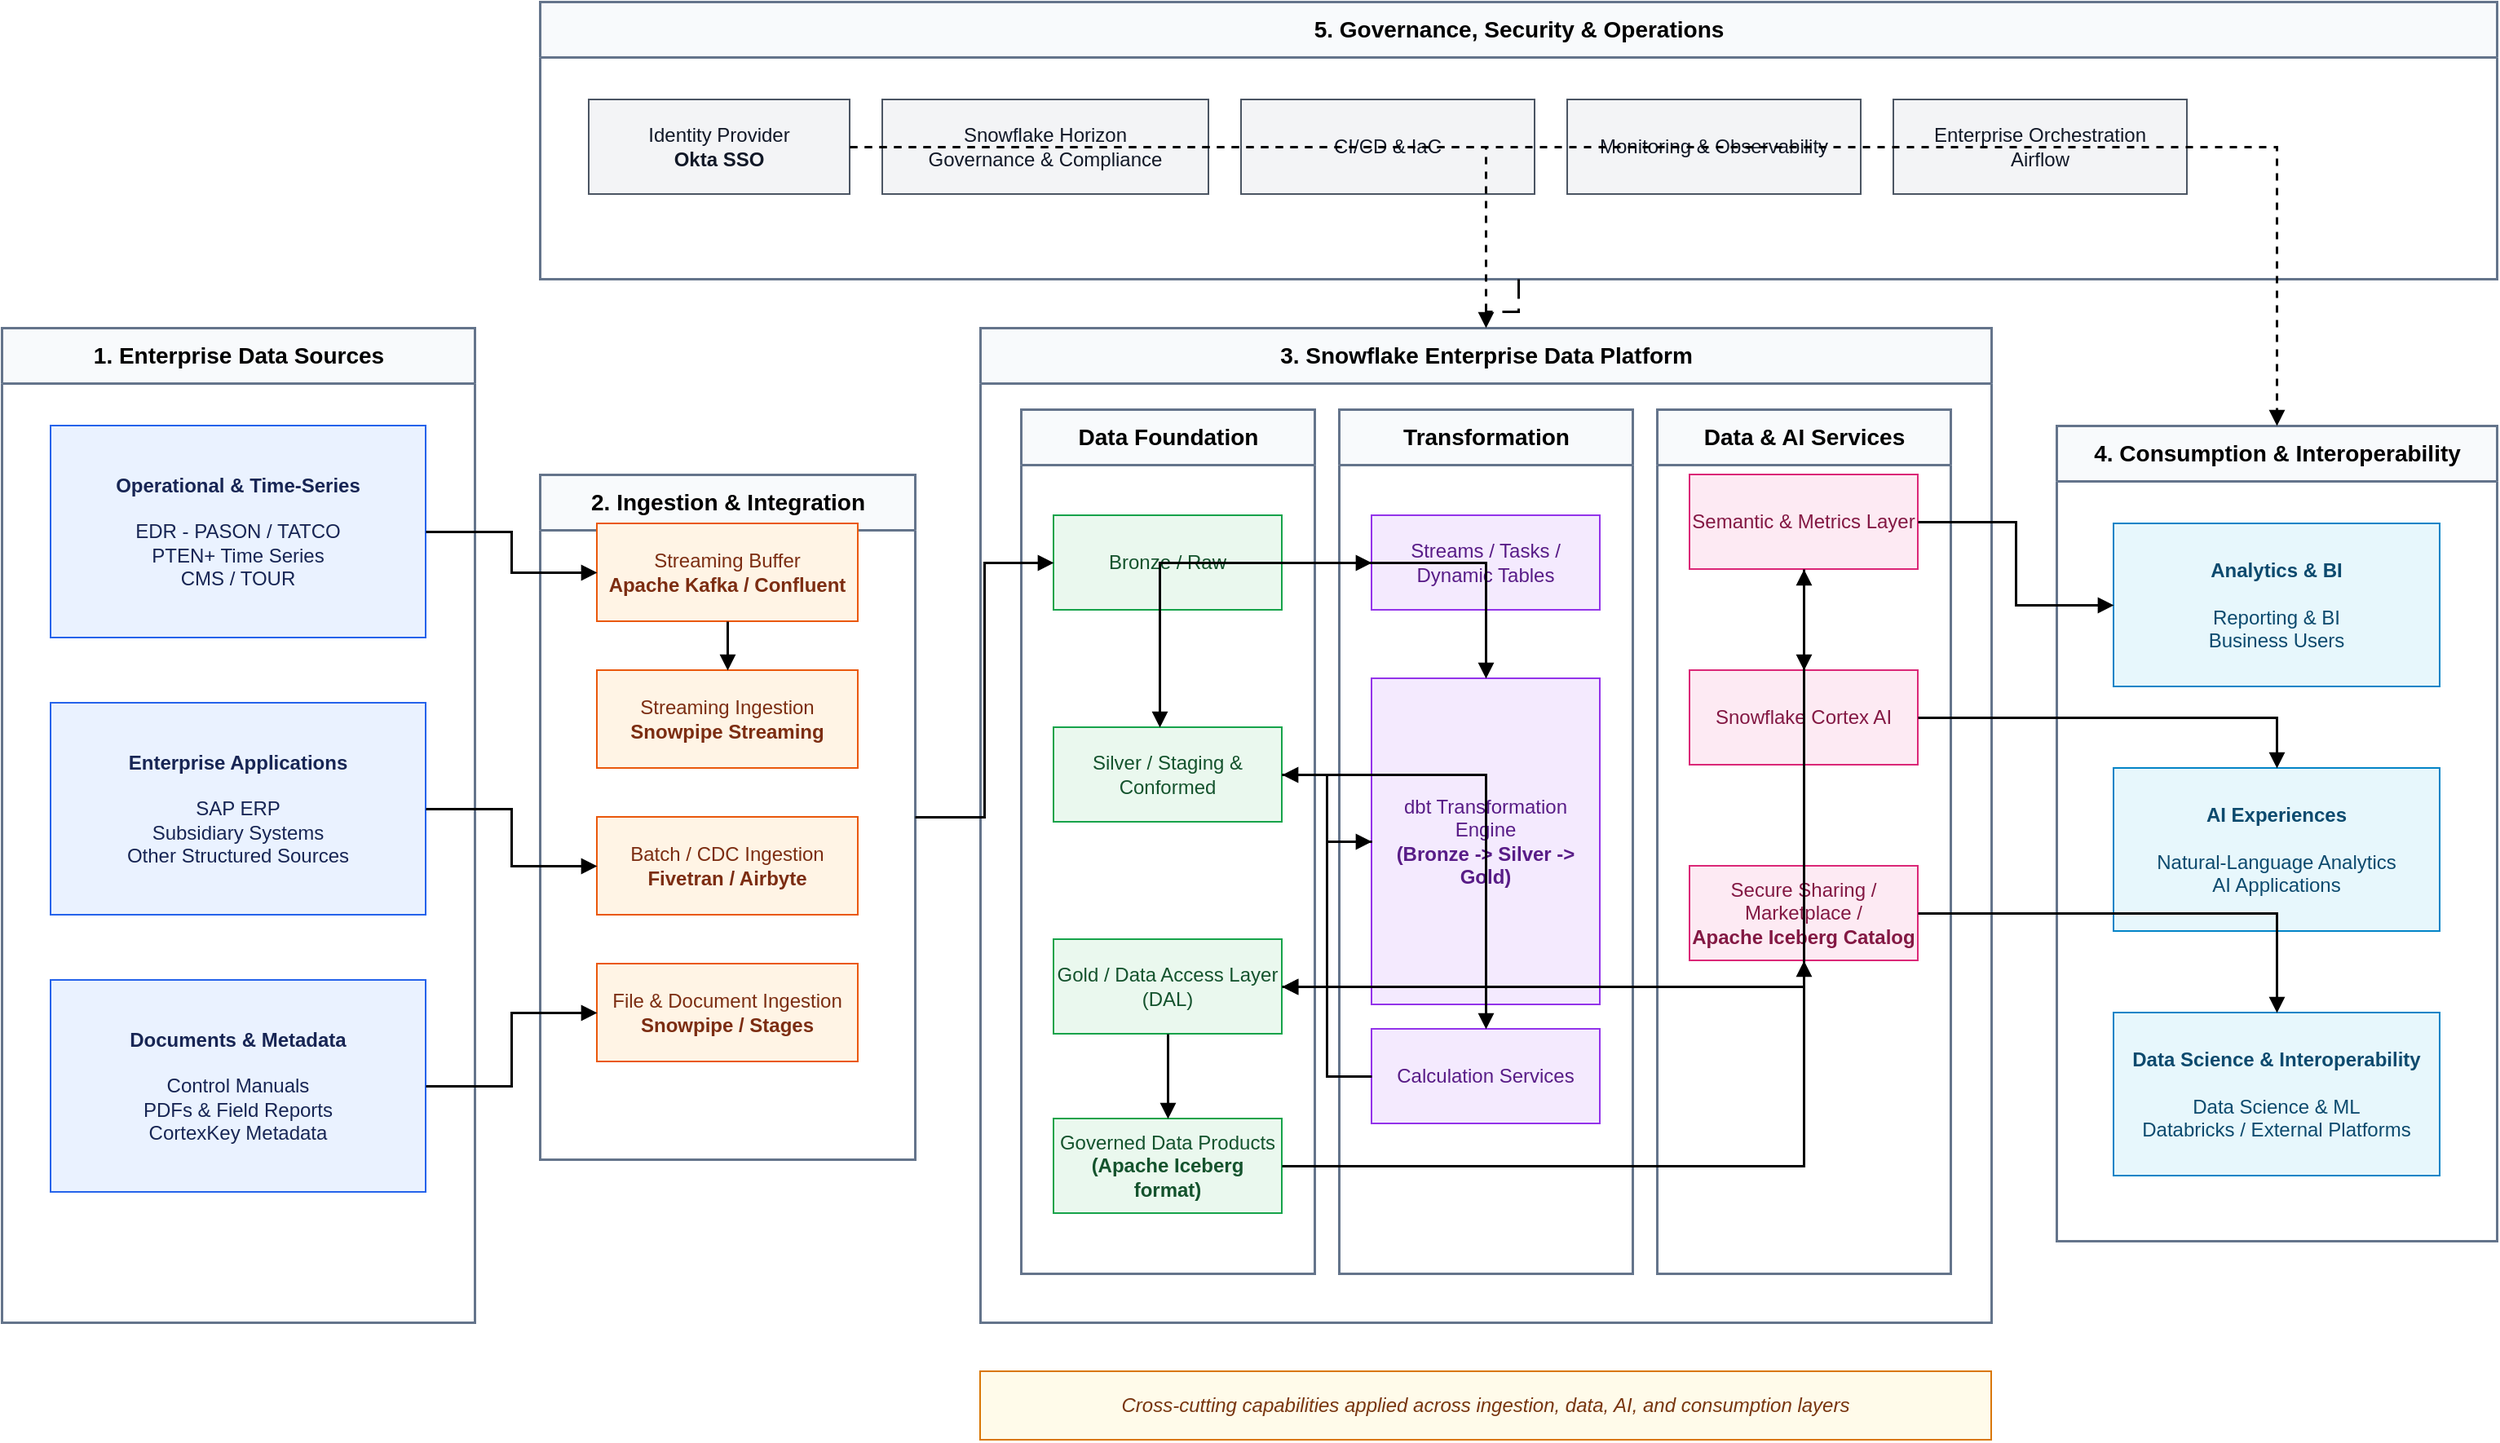
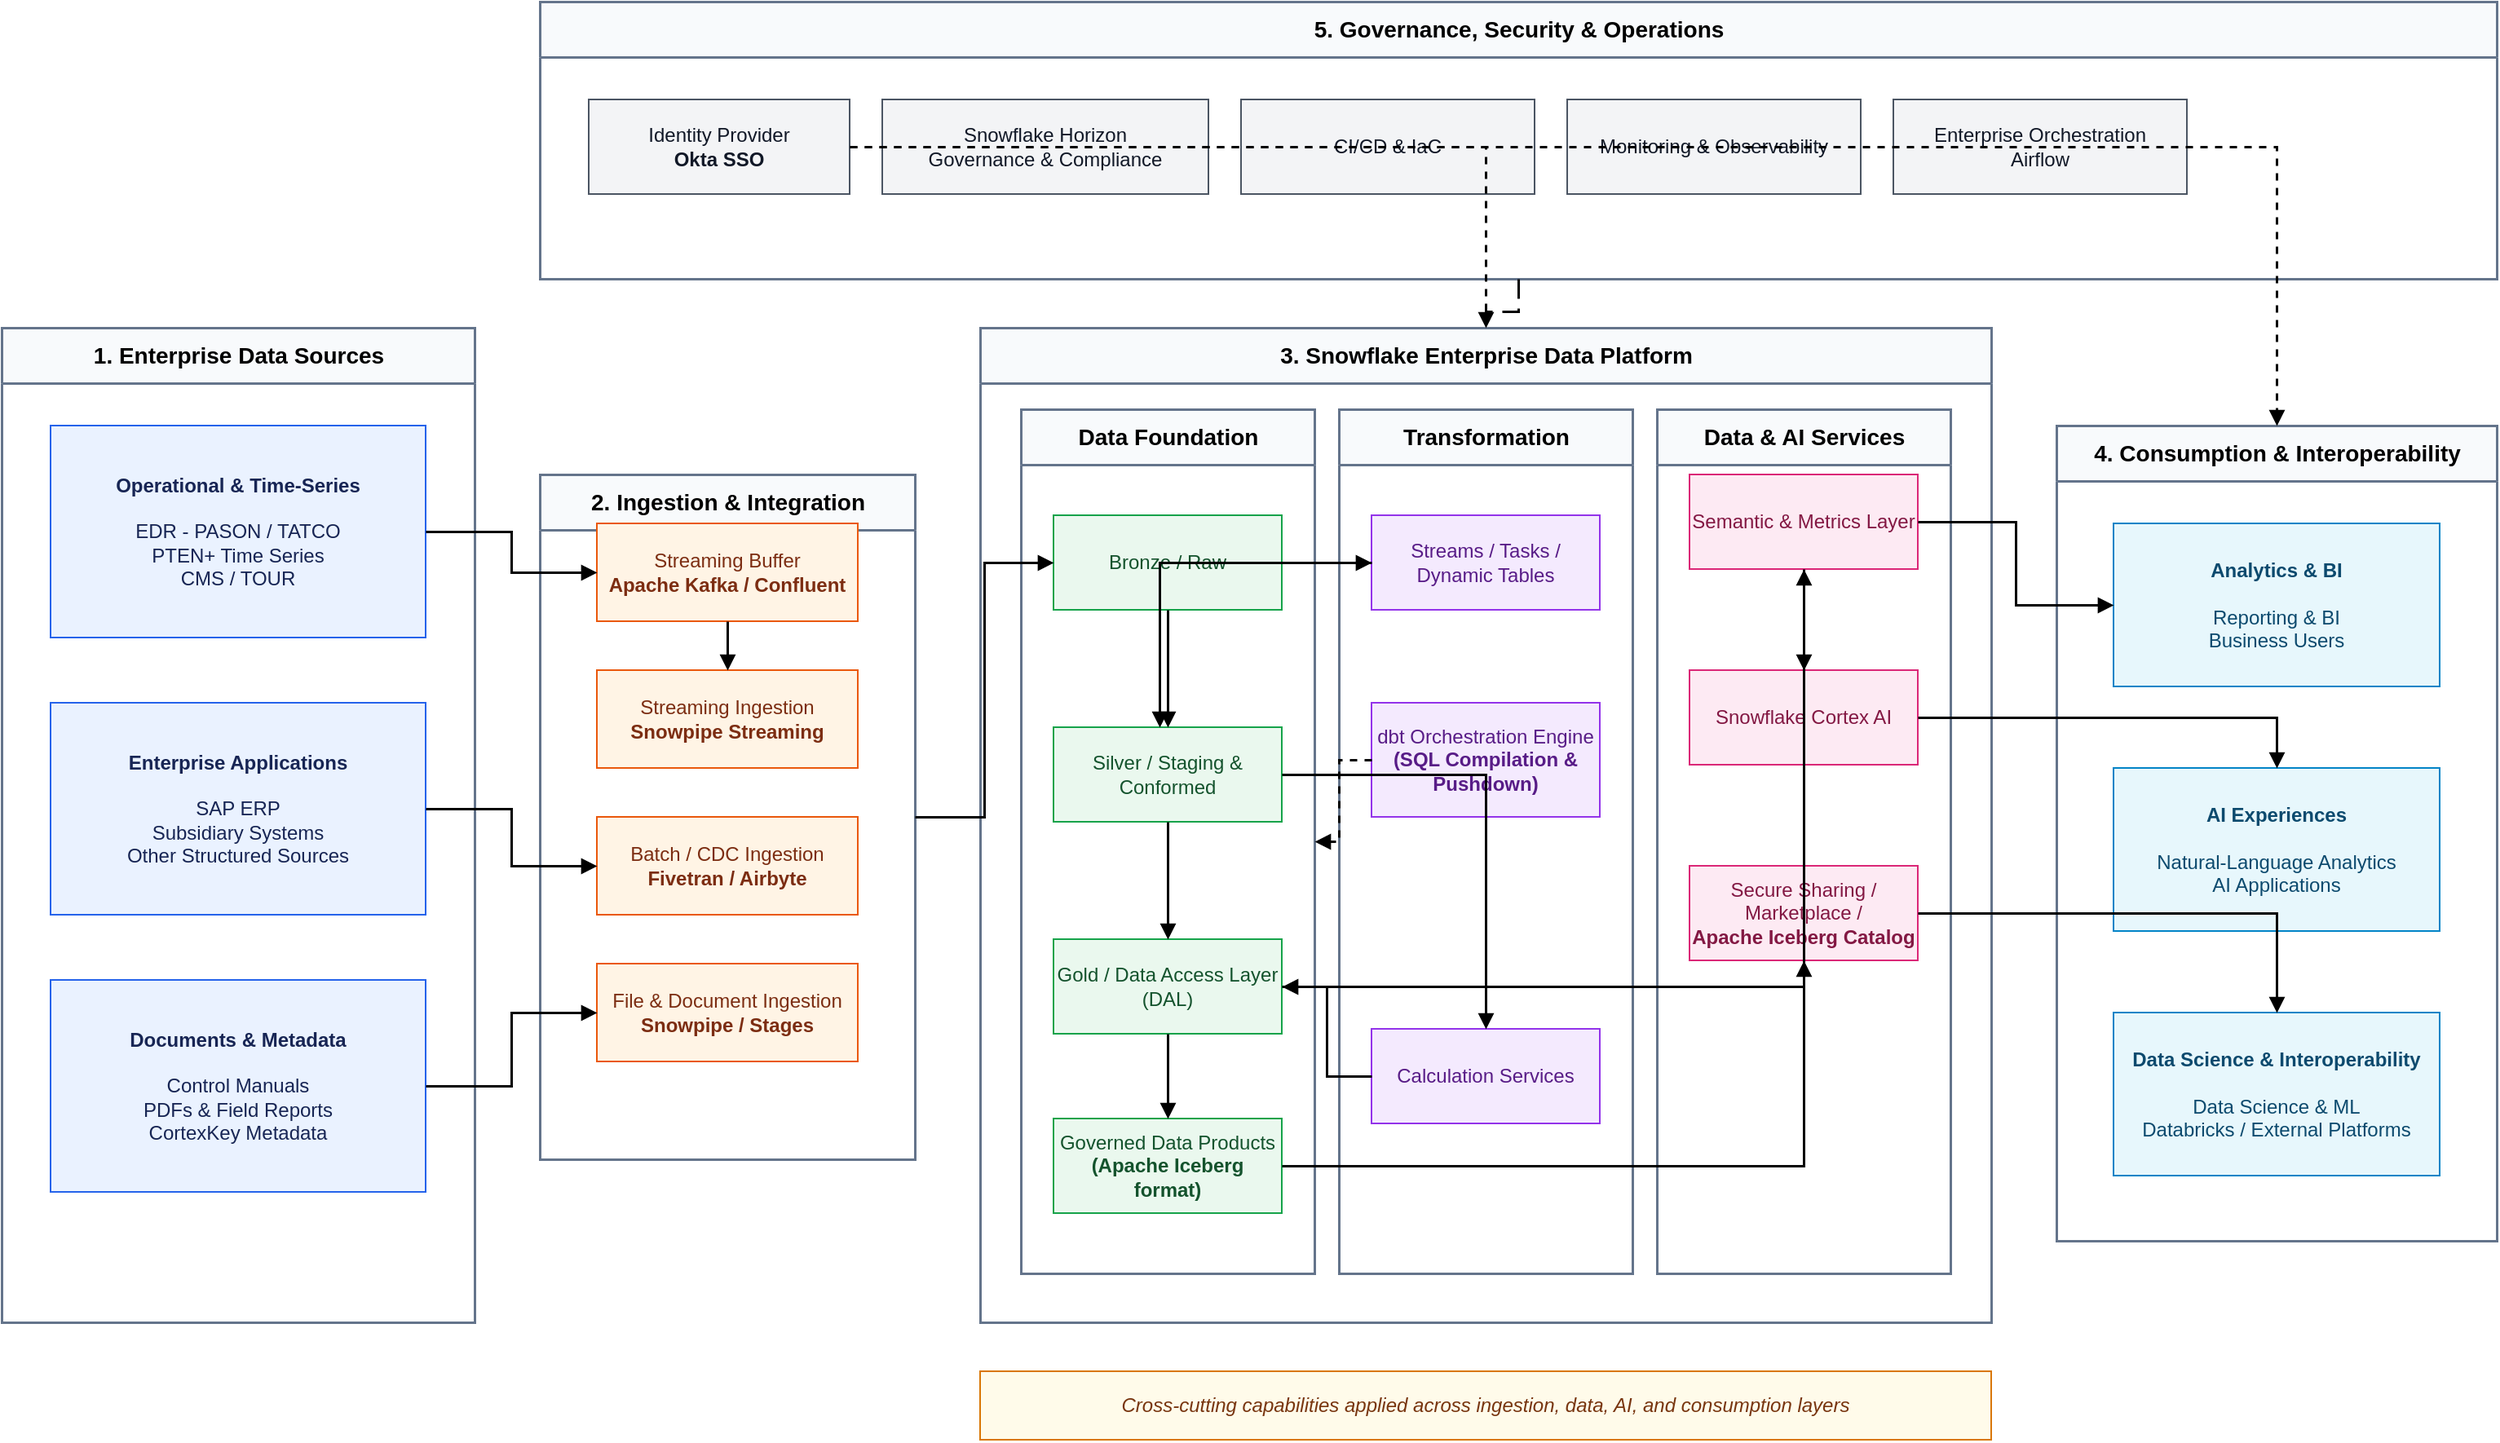
<mxfile host="app.diagrams.net" agent="ChatGPT">
  <diagram id="snowflake-clean" name="Snowflake Enterprise Architecture - Clean">
    <mxGraphModel dx="1555" dy="1516" grid="1" gridSize="10" guides="1" tooltips="1" connect="1" arrows="1" fold="1" page="1" pageScale="1" pageWidth="1800" pageHeight="1000" math="0" shadow="0">
      <root>
        <mxCell id="0" />
        <mxCell id="1" parent="0" />
        <mxCell id="sources" parent="1" style="swimlane;html=1;rounded=0;startSize=34;horizontal=1;fontStyle=1;fontSize=14;strokeWidth=1.5;fillColor=#F8FAFC;strokeColor=#64748B;collapsible=0;" value="1. Enterprise Data Sources" vertex="1">
          <mxGeometry height="610" width="290" x="20" y="260" as="geometry" />
        </mxCell>
        <mxCell id="ingestion" parent="1" style="swimlane;html=1;rounded=0;startSize=34;horizontal=1;fontStyle=1;fontSize=14;strokeWidth=1.5;fillColor=#F8FAFC;strokeColor=#64748B;collapsible=0;" value="2. Ingestion &amp; Integration" vertex="1">
          <mxGeometry height="420" width="230" x="350" y="350" as="geometry" />
        </mxCell>
        <mxCell id="platform" parent="1" style="swimlane;html=1;rounded=0;startSize=34;horizontal=1;fontStyle=1;fontSize=14;strokeWidth=1.5;fillColor=#F8FAFC;strokeColor=#64748B;collapsible=0;" value="3. Snowflake Enterprise Data Platform" vertex="1">
          <mxGeometry height="610" width="620" x="620" y="260" as="geometry" />
        </mxCell>
        <mxCell id="consumption" parent="1" style="swimlane;html=1;rounded=0;startSize=34;horizontal=1;fontStyle=1;fontSize=14;strokeWidth=1.5;fillColor=#F8FAFC;strokeColor=#64748B;collapsible=0;" value="4. Consumption &amp; Interoperability" vertex="1">
          <mxGeometry height="500" width="270" x="1280" y="320" as="geometry" />
        </mxCell>
        <mxCell id="control" parent="1" style="swimlane;html=1;rounded=0;startSize=34;horizontal=1;fontStyle=1;fontSize=14;strokeWidth=1.5;fillColor=#F8FAFC;strokeColor=#64748B;collapsible=0;" value="5. Governance, Security &amp; Operations" vertex="1">
          <mxGeometry height="170" width="1200" x="350" y="60" as="geometry" />
        </mxCell>
        <mxCell id="op_src" parent="1" style="rounded=0;whiteSpace=wrap;html=1;fillColor=#EAF2FF;strokeColor=#2563EB;fontColor=#172554;" value="&lt;b&gt;Operational &amp; Time-Series&lt;/b&gt;&lt;br&gt;&lt;br&gt;EDR - PASON / TATCO&lt;br&gt;PTEN+ Time Series&lt;br&gt;CMS / TOUR" vertex="1">
          <mxGeometry height="130" width="230" x="50" y="320" as="geometry" />
        </mxCell>
        <mxCell id="ent_src" parent="1" style="rounded=0;whiteSpace=wrap;html=1;fillColor=#EAF2FF;strokeColor=#2563EB;fontColor=#172554;" value="&lt;b&gt;Enterprise Applications&lt;/b&gt;&lt;br&gt;&lt;br&gt;SAP ERP&lt;br&gt;Subsidiary Systems&lt;br&gt;Other Structured Sources" vertex="1">
          <mxGeometry height="130" width="230" x="50" y="490" as="geometry" />
        </mxCell>
        <mxCell id="doc_src" parent="1" style="rounded=0;whiteSpace=wrap;html=1;fillColor=#EAF2FF;strokeColor=#2563EB;fontColor=#172554;" value="&lt;b&gt;Documents &amp; Metadata&lt;/b&gt;&lt;br&gt;&lt;br&gt;Control Manuals&lt;br&gt;PDFs &amp; Field Reports&lt;br&gt;CortexKey Metadata" vertex="1">
          <mxGeometry height="130" width="230" x="50" y="660" as="geometry" />
        </mxCell>
        <mxCell id="kafka" parent="1" style="rounded=0;whiteSpace=wrap;html=1;fillColor=#FFF4E5;strokeColor=#EA580C;fontColor=#7C2D12;" value="Streaming Buffer&lt;br&gt;&lt;b&gt;Apache Kafka / Confluent&lt;/b&gt;" vertex="1">
          <mxGeometry height="60" width="160" x="385" y="380" as="geometry" />
        </mxCell>
        <mxCell id="stream" parent="1" style="rounded=0;whiteSpace=wrap;html=1;fillColor=#FFF4E5;strokeColor=#EA580C;fontColor=#7C2D12;" value="Streaming Ingestion&lt;br&gt;&lt;b&gt;Snowpipe Streaming&lt;/b&gt;" vertex="1">
          <mxGeometry height="60" width="160" x="385" y="470" as="geometry" />
        </mxCell>
        <mxCell id="batch" parent="1" style="rounded=0;whiteSpace=wrap;html=1;fillColor=#FFF4E5;strokeColor=#EA580C;fontColor=#7C2D12;" value="Batch / CDC Ingestion&lt;br&gt;&lt;b&gt;Fivetran / Airbyte&lt;/b&gt;" vertex="1">
          <mxGeometry height="60" width="160" x="385" y="560" as="geometry" />
        </mxCell>
        <mxCell id="files" parent="1" style="rounded=0;whiteSpace=wrap;html=1;fillColor=#FFF4E5;strokeColor=#EA580C;fontColor=#7C2D12;" value="File &amp; Document Ingestion&lt;br&gt;&lt;b&gt;Snowpipe / Stages&lt;/b&gt;" vertex="1">
          <mxGeometry height="60" width="160" x="385" y="650" as="geometry" />
        </mxCell>
        <mxCell id="foundation" parent="1" style="swimlane;html=1;rounded=0;startSize=34;horizontal=1;fontStyle=1;fontSize=14;strokeWidth=1.5;fillColor=#F8FAFC;strokeColor=#64748B;collapsible=0;" value="Data Foundation" vertex="1">
          <mxGeometry height="530" width="180" x="645" y="310" as="geometry" />
        </mxCell>
        <mxCell id="transform" parent="1" style="swimlane;html=1;rounded=0;startSize=34;horizontal=1;fontStyle=1;fontSize=14;strokeWidth=1.5;fillColor=#F8FAFC;strokeColor=#64748B;collapsible=0;" value="Transformation" vertex="1">
          <mxGeometry height="530" width="180" x="840" y="310" as="geometry" />
        </mxCell>
        <mxCell id="serve" parent="1" style="swimlane;html=1;rounded=0;startSize=34;horizontal=1;fontStyle=1;fontSize=14;strokeWidth=1.5;fillColor=#F8FAFC;strokeColor=#64748B;collapsible=0;" value="Data &amp; AI Services" vertex="1">
          <mxGeometry height="530" width="180" x="1035" y="310" as="geometry" />
        </mxCell>
        <mxCell id="raw" parent="1" style="rounded=0;whiteSpace=wrap;html=1;fillColor=#EAF8EE;strokeColor=#16A34A;fontColor=#14532D;" value="Bronze / Raw" vertex="1">
          <mxGeometry height="58" width="140" x="665" y="375" as="geometry" />
        </mxCell>
        <mxCell id="standard" parent="1" style="rounded=0;whiteSpace=wrap;html=1;fillColor=#EAF8EE;strokeColor=#16A34A;fontColor=#14532D;" value="Silver / Staging &amp; Conformed" vertex="1">
          <mxGeometry height="58" width="140" x="665" y="505" as="geometry" />
        </mxCell>
        <mxCell id="curated" parent="1" style="rounded=0;whiteSpace=wrap;html=1;fillColor=#EAF8EE;strokeColor=#16A34A;fontColor=#14532D;" value="Gold / Data Access Layer (DAL)" vertex="1">
          <mxGeometry height="58" width="140" x="665" y="635" as="geometry" />
        </mxCell>
        <mxCell id="products" parent="1" style="rounded=0;whiteSpace=wrap;html=1;fillColor=#EAF8EE;strokeColor=#16A34A;fontColor=#14532D;" value="Governed Data Products&lt;br&gt;&lt;b&gt;(Apache Iceberg format)&lt;/b&gt;" vertex="1">
          <mxGeometry height="58" width="140" x="665" y="745" as="geometry" />
        </mxCell>
        <mxCell id="native" parent="1" style="rounded=0;whiteSpace=wrap;html=1;fillColor=#F4EAFE;strokeColor=#9333EA;fontColor=#581C87;" value="Streams / Tasks /&lt;br&gt;Dynamic Tables" vertex="1">
          <mxGeometry height="58" width="140" x="860" y="375" as="geometry" />
        </mxCell>
-         <mxCell id="dbt" parent="1" style="rounded=0;whiteSpace=wrap;html=1;fillColor=#F4EAFE;strokeColor=#9333EA;fontColor=#581C87;" value="dbt Transformation Engine&lt;br&gt;&lt;b&gt;(Bronze -&gt; Silver -&gt; Gold)&lt;/b&gt;" vertex="1">
-           <mxGeometry height="200" width="140" x="860" y="475" as="geometry" />
+         <mxCell id="dbt" parent="1" style="rounded=0;whiteSpace=wrap;html=1;fillColor=#F4EAFE;strokeColor=#9333EA;fontColor=#581C87;" value="dbt Orchestration Engine&lt;br&gt;&lt;b&gt;(SQL Compilation &amp; Pushdown)&lt;/b&gt;" vertex="1">
+           <mxGeometry height="70" width="140" x="860" y="490" as="geometry" />
        </mxCell>
        <mxCell id="calc" parent="1" style="rounded=0;whiteSpace=wrap;html=1;fillColor=#F4EAFE;strokeColor=#9333EA;fontColor=#581C87;" value="Calculation Services" vertex="1">
          <mxGeometry height="58" width="140" x="860" y="690" as="geometry" />
        </mxCell>
        <mxCell id="semantic" parent="1" style="rounded=0;whiteSpace=wrap;html=1;fillColor=#FDEAF3;strokeColor=#DB2777;fontColor=#831843;" value="Semantic &amp; Metrics Layer" vertex="1">
          <mxGeometry height="58" width="140" x="1055" y="350" as="geometry" />
        </mxCell>
        <mxCell id="cortex" parent="1" style="rounded=0;whiteSpace=wrap;html=1;fillColor=#FDEAF3;strokeColor=#DB2777;fontColor=#831843;" value="Snowflake Cortex AI" vertex="1">
          <mxGeometry height="58" width="140" x="1055" y="470" as="geometry" />
        </mxCell>
        <mxCell id="sharing" parent="1" style="rounded=0;whiteSpace=wrap;html=1;fillColor=#FDEAF3;strokeColor=#DB2777;fontColor=#831843;" value="Secure Sharing /&lt;br&gt;Marketplace /&lt;br&gt;&lt;b&gt;Apache Iceberg Catalog&lt;/b&gt;" vertex="1">
          <mxGeometry height="58" width="140" x="1055" y="590" as="geometry" />
        </mxCell>
        <mxCell id="analytics" parent="1" style="rounded=0;whiteSpace=wrap;html=1;fillColor=#E7F7FC;strokeColor=#0284C7;fontColor=#0C4A6E;" value="&lt;b&gt;Analytics &amp; BI&lt;/b&gt;&lt;br&gt;&lt;br&gt;Reporting &amp; BI&lt;br&gt;Business Users" vertex="1">
          <mxGeometry height="100" width="200" x="1315" y="380" as="geometry" />
        </mxCell>
        <mxCell id="ai_consume" parent="1" style="rounded=0;whiteSpace=wrap;html=1;fillColor=#E7F7FC;strokeColor=#0284C7;fontColor=#0C4A6E;" value="&lt;b&gt;AI Experiences&lt;/b&gt;&lt;br&gt;&lt;br&gt;Natural-Language Analytics&lt;br&gt;AI Applications" vertex="1">
          <mxGeometry height="100" width="200" x="1315" y="530" as="geometry" />
        </mxCell>
        <mxCell id="interop" parent="1" style="rounded=0;whiteSpace=wrap;html=1;fillColor=#E7F7FC;strokeColor=#0284C7;fontColor=#0C4A6E;" value="&lt;b&gt;Data Science &amp; Interoperability&lt;/b&gt;&lt;br&gt;&lt;br&gt;Data Science &amp; ML&lt;br&gt;Databricks / External Platforms" vertex="1">
          <mxGeometry height="100" width="200" x="1315" y="680" as="geometry" />
        </mxCell>
        <mxCell id="okta" parent="1" style="rounded=0;whiteSpace=wrap;html=1;fillColor=#F3F4F6;strokeColor=#4B5563;fontColor=#111827;" value="Identity Provider&lt;br&gt;&lt;b&gt;Okta SSO&lt;/b&gt;" vertex="1">
          <mxGeometry height="58" width="160" x="380" y="120" as="geometry" />
        </mxCell>
        <mxCell id="horizon" parent="1" style="rounded=0;whiteSpace=wrap;html=1;fillColor=#F3F4F6;strokeColor=#4B5563;fontColor=#111827;" value="Snowflake Horizon&lt;br&gt;Governance &amp; Compliance" vertex="1">
          <mxGeometry height="58" width="200" x="560" y="120" as="geometry" />
        </mxCell>
        <mxCell id="cicd" parent="1" style="rounded=0;whiteSpace=wrap;html=1;fillColor=#F3F4F6;strokeColor=#4B5563;fontColor=#111827;" value="CI/CD &amp; IaC" vertex="1">
          <mxGeometry height="58" width="180" x="780" y="120" as="geometry" />
        </mxCell>
        <mxCell id="obs" parent="1" style="rounded=0;whiteSpace=wrap;html=1;fillColor=#F3F4F6;strokeColor=#4B5563;fontColor=#111827;" value="Monitoring &amp; Observability" vertex="1">
          <mxGeometry height="58" width="180" x="980" y="120" as="geometry" />
        </mxCell>
        <mxCell id="orch" parent="1" style="rounded=0;whiteSpace=wrap;html=1;fillColor=#F3F4F6;strokeColor=#4B5563;fontColor=#111827;" value="Enterprise Orchestration&lt;br&gt;Airflow" vertex="1">
          <mxGeometry height="58" width="180" x="1180" y="120" as="geometry" />
        </mxCell>
        <mxCell id="crosscut" parent="1" style="rounded=0;whiteSpace=wrap;html=1;fillColor=#FFFBEA;strokeColor=#D97706;fontColor=#78350F;fontStyle=2;" value="Cross-cutting capabilities applied across ingestion, data, AI, and consumption layers" vertex="1">
          <mxGeometry height="42" width="620" x="620" y="900" as="geometry" />
        </mxCell>
        <mxCell id="e1" edge="1" parent="1" source="op_src" style="edgeStyle=orthogonalEdgeStyle;rounded=0;orthogonalLoop=1;jettySize=auto;html=1;strokeWidth=1.5;endArrow=block;endFill=1;" target="kafka">
          <mxGeometry relative="1" as="geometry" />
        </mxCell>
        <mxCell id="e1_kafka_to_stream" edge="1" parent="1" source="kafka" style="edgeStyle=orthogonalEdgeStyle;rounded=0;orthogonalLoop=1;jettySize=auto;html=1;strokeWidth=1.5;endArrow=block;endFill=1;" target="stream">
          <mxGeometry relative="1" as="geometry" />
        </mxCell>
        <mxCell id="e2" edge="1" parent="1" source="ent_src" style="edgeStyle=orthogonalEdgeStyle;rounded=0;orthogonalLoop=1;jettySize=auto;html=1;strokeWidth=1.5;endArrow=block;endFill=1;" target="batch">
          <mxGeometry relative="1" as="geometry" />
        </mxCell>
        <mxCell id="e3" edge="1" parent="1" source="doc_src" style="edgeStyle=orthogonalEdgeStyle;rounded=0;orthogonalLoop=1;jettySize=auto;html=1;strokeWidth=1.5;endArrow=block;endFill=1;" target="files">
          <mxGeometry relative="1" as="geometry" />
        </mxCell>
        <mxCell id="e4" edge="1" parent="1" source="ingestion" style="edgeStyle=orthogonalEdgeStyle;rounded=0;orthogonalLoop=1;jettySize=auto;html=1;strokeWidth=1.5;endArrow=block;endFill=1;exitX=1;exitY=0.5;exitDx=0;exitDy=0;entryX=0;entryY=0.5;entryDx=0;entryDy=0;" target="raw">
          <mxGeometry relative="1" as="geometry" />
        </mxCell>
        <mxCell id="e7" edge="1" parent="1" source="raw" style="edgeStyle=orthogonalEdgeStyle;rounded=0;orthogonalLoop=1;jettySize=auto;html=1;strokeWidth=1.5;endArrow=block;endFill=1;" target="native">
          <mxGeometry relative="1" as="geometry" />
        </mxCell>
        <mxCell id="e8" edge="1" parent="1" source="native" style="edgeStyle=orthogonalEdgeStyle;rounded=0;orthogonalLoop=1;jettySize=auto;html=1;strokeWidth=1.5;endArrow=block;endFill=1;" target="standard">
          <mxGeometry relative="1" as="geometry">
            <Array as="points">
              <mxPoint x="730" y="404" />
            </Array>
          </mxGeometry>
        </mxCell>
-         <mxCell id="e9" edge="1" parent="1" source="raw" style="edgeStyle=orthogonalEdgeStyle;rounded=0;orthogonalLoop=1;jettySize=auto;html=1;strokeWidth=1.5;endArrow=block;endFill=1;" target="dbt">
+         <mxCell id="e9" edge="1" parent="1" source="raw" style="edgeStyle=orthogonalEdgeStyle;rounded=0;orthogonalLoop=1;jettySize=auto;html=1;strokeWidth=1.5;endArrow=block;endFill=1;" target="standard">
          <mxGeometry relative="1" as="geometry" />
        </mxCell>
-         <mxCell id="e10" edge="1" parent="1" source="dbt" style="edgeStyle=orthogonalEdgeStyle;rounded=0;orthogonalLoop=1;jettySize=auto;html=1;strokeWidth=1.5;endArrow=block;endFill=1;" target="standard">
-           <mxGeometry relative="1" as="geometry" />
-         </mxCell>
-         <mxCell id="e10_silver_to_dbt" edge="1" parent="1" source="standard" style="edgeStyle=orthogonalEdgeStyle;rounded=0;orthogonalLoop=1;jettySize=auto;html=1;strokeWidth=1.5;endArrow=block;endFill=1;" target="dbt">
-           <mxGeometry relative="1" as="geometry" />
-         </mxCell>
-         <mxCell id="e10_dbt_to_gold" edge="1" parent="1" source="dbt" style="edgeStyle=orthogonalEdgeStyle;rounded=0;orthogonalLoop=1;jettySize=auto;html=1;strokeWidth=1.5;endArrow=block;endFill=1;" target="curated">
+         <mxCell id="e10" edge="1" parent="1" source="standard" style="edgeStyle=orthogonalEdgeStyle;rounded=0;orthogonalLoop=1;jettySize=auto;html=1;strokeWidth=1.5;endArrow=block;endFill=1;" target="curated">
          <mxGeometry relative="1" as="geometry" />
        </mxCell>
        <mxCell id="e11" edge="1" parent="1" source="standard" style="edgeStyle=orthogonalEdgeStyle;rounded=0;orthogonalLoop=1;jettySize=auto;html=1;strokeWidth=1.5;endArrow=block;endFill=1;" target="calc">
          <mxGeometry relative="1" as="geometry" />
        </mxCell>
        <mxCell id="e12" edge="1" parent="1" source="calc" style="edgeStyle=orthogonalEdgeStyle;rounded=0;orthogonalLoop=1;jettySize=auto;html=1;strokeWidth=1.5;endArrow=block;endFill=1;" target="curated">
          <mxGeometry relative="1" as="geometry" />
        </mxCell>
        <mxCell id="e13" edge="1" parent="1" source="curated" style="edgeStyle=orthogonalEdgeStyle;rounded=0;orthogonalLoop=1;jettySize=auto;html=1;strokeWidth=1.5;endArrow=block;endFill=1;" target="products">
          <mxGeometry relative="1" as="geometry" />
        </mxCell>
        <mxCell id="e14" edge="1" parent="1" source="curated" style="edgeStyle=orthogonalEdgeStyle;rounded=0;orthogonalLoop=1;jettySize=auto;html=1;strokeWidth=1.5;endArrow=block;endFill=1;" target="semantic">
          <mxGeometry relative="1" as="geometry" />
        </mxCell>
        <mxCell id="e15" edge="1" parent="1" source="products" style="edgeStyle=orthogonalEdgeStyle;rounded=0;orthogonalLoop=1;jettySize=auto;html=1;strokeWidth=1.5;endArrow=block;endFill=1;" target="sharing">
          <mxGeometry relative="1" as="geometry" />
        </mxCell>
        <mxCell id="e16" edge="1" parent="1" source="semantic" style="edgeStyle=orthogonalEdgeStyle;rounded=0;orthogonalLoop=1;jettySize=auto;html=1;strokeWidth=1.5;endArrow=block;endFill=1;" target="cortex">
          <mxGeometry relative="1" as="geometry" />
        </mxCell>
        <mxCell id="e17" edge="1" parent="1" source="semantic" style="edgeStyle=orthogonalEdgeStyle;rounded=0;orthogonalLoop=1;jettySize=auto;html=1;strokeWidth=1.5;endArrow=block;endFill=1;" target="analytics">
          <mxGeometry relative="1" as="geometry" />
        </mxCell>
        <mxCell id="e18" edge="1" parent="1" source="cortex" style="edgeStyle=orthogonalEdgeStyle;rounded=0;orthogonalLoop=1;jettySize=auto;html=1;strokeWidth=1.5;endArrow=block;endFill=1;" target="ai_consume">
          <mxGeometry relative="1" as="geometry" />
        </mxCell>
        <mxCell id="e19" edge="1" parent="1" source="sharing" style="edgeStyle=orthogonalEdgeStyle;rounded=0;orthogonalLoop=1;jettySize=auto;html=1;strokeWidth=1.5;endArrow=block;endFill=1;" target="interop">
          <mxGeometry relative="1" as="geometry" />
        </mxCell>
        <mxCell id="e20" edge="1" parent="1" source="control" style="edgeStyle=orthogonalEdgeStyle;rounded=0;orthogonalLoop=1;jettySize=auto;html=1;strokeWidth=1.5;endArrow=none;endFill=1;dashed=1;dashPattern=8 4;" target="platform">
          <mxGeometry relative="1" as="geometry" />
        </mxCell>
        <mxCell id="e_okta_platform" edge="1" parent="1" source="okta" style="edgeStyle=orthogonalEdgeStyle;rounded=0;orthogonalLoop=1;jettySize=auto;html=1;strokeWidth=1.5;endArrow=block;endFill=1;dashed=1;" target="platform">
          <mxGeometry relative="1" as="geometry" />
        </mxCell>
        <mxCell id="e_okta_consume" edge="1" parent="1" source="okta" style="edgeStyle=orthogonalEdgeStyle;rounded=0;orthogonalLoop=1;jettySize=auto;html=1;strokeWidth=1.5;endArrow=block;endFill=1;dashed=1;" target="consumption">
          <mxGeometry relative="1" as="geometry" />
        </mxCell>
+         <mxCell id="e_dbt_pushdown" edge="1" parent="1" source="dbt" style="edgeStyle=orthogonalEdgeStyle;rounded=0;orthogonalLoop=1;jettySize=auto;html=1;strokeWidth=1.5;endArrow=block;endFill=1;dashed=1;" target="foundation">
+           <mxGeometry relative="1" as="geometry" />
+         </mxCell>
      </root>
    </mxGraphModel>
  </diagram>
</mxfile>